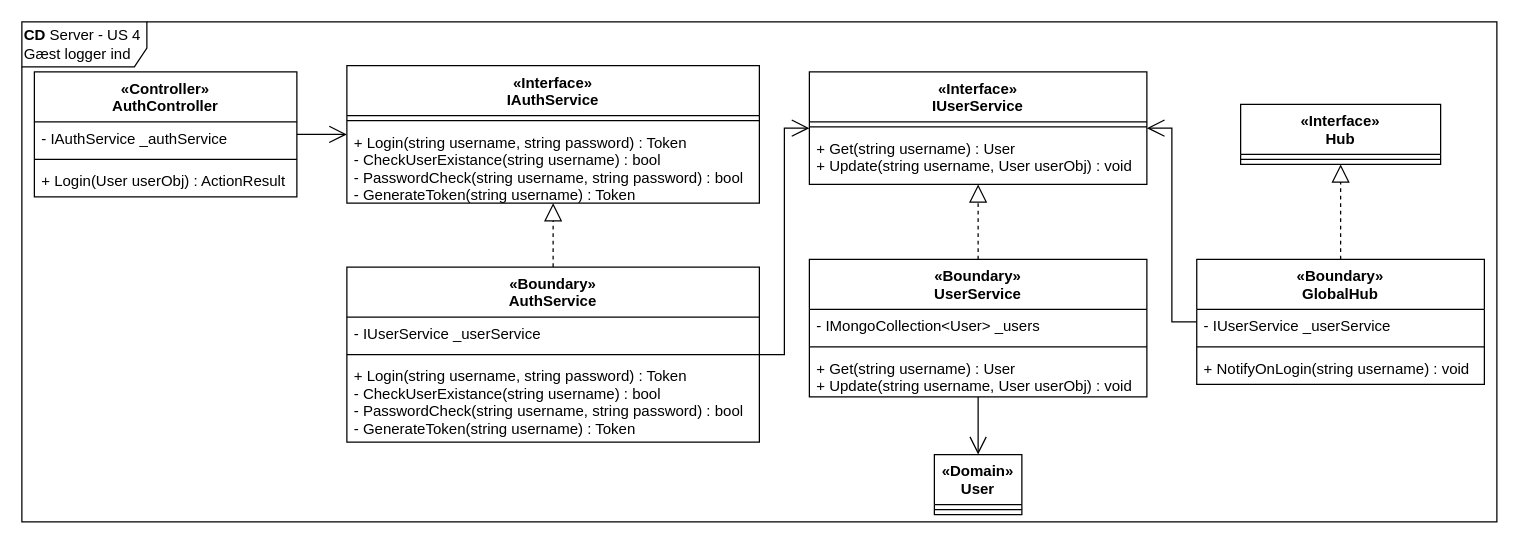
Above: page "CD-Server" (3 of 3) of diagrams/arkitektur/US4_login.drawio in Macradon/I7BAC-PlugNPlay (draw.io), before the change. Source tidied: cells renumbered, new cells numbered last; positions are measured from the earlier drawing's top-left corner, leaving out a move shared by most shapes. Both pictures are drawn from the tidied source at 125%, with x=0, y=0 at pixel (21, 21).
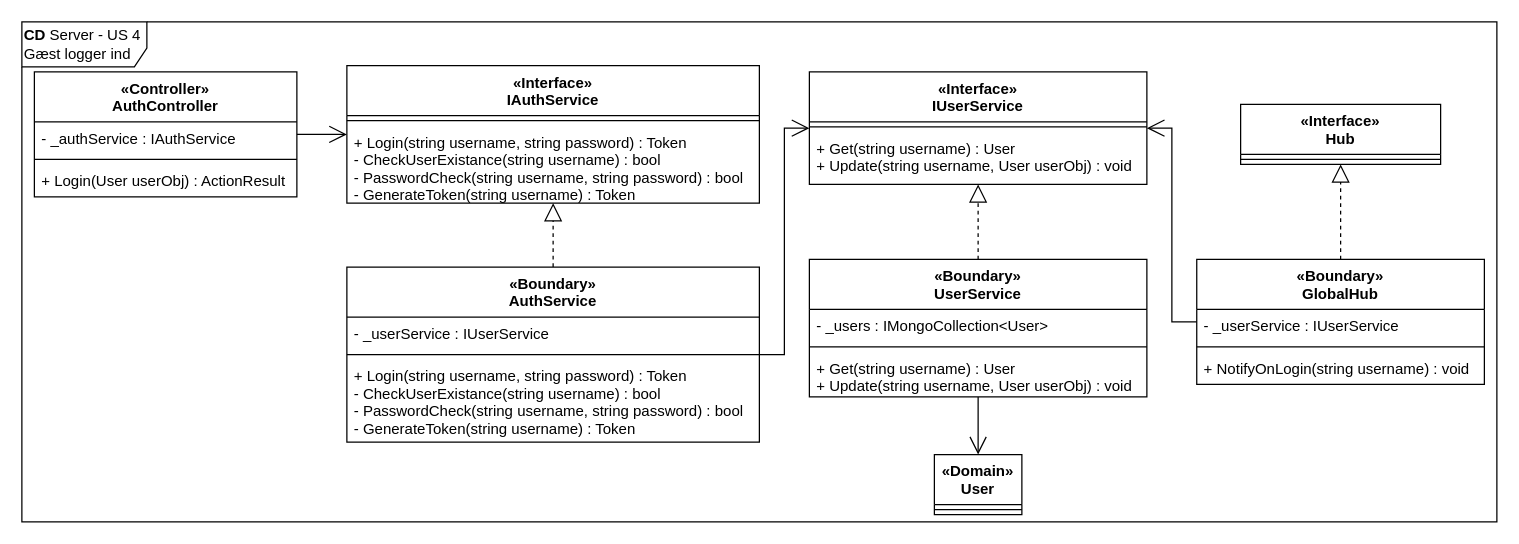
Above is the later version.

Unchanged cells that the change refers to:
```xml
<mxCell id="4" value="«Controller»&#10;AuthController" style="swimlane;fontStyle=1;align=center;verticalAlign=top;horizontal=1;startSize=40;" parent="1" vertex="1">
  <mxGeometry x="10" y="40" width="210" height="100" as="geometry" />
</mxCell>
<mxCell id="10" value="«Boundary»&#10;AuthService" style="swimlane;fontStyle=1;align=center;verticalAlign=top;horizontal=1;startSize=40;" parent="1" vertex="1">
  <mxGeometry x="260" y="196.1" width="330" height="140" as="geometry" />
</mxCell>
<mxCell id="16" value="«Boundary»&#10;GlobalHub" style="swimlane;fontStyle=1;align=center;verticalAlign=top;horizontal=1;startSize=40;" parent="1" vertex="1">
  <mxGeometry x="939.9" y="190" width="230.1" height="100" as="geometry" />
</mxCell>
<mxCell id="27" value="«Boundary»&#10;UserService" style="swimlane;fontStyle=1;align=center;verticalAlign=top;horizontal=1;startSize=40;" parent="1" vertex="1">
  <mxGeometry x="630" y="190" width="270" height="110" as="geometry" />
</mxCell>
```

What changed in the source:
```diff
@@
-    <mxCell id="5" value="- IAuthService _authService" style="text;strokeColor=none;fillColor=none;align=left;verticalAlign=top;spacingLeft=4;spacingRight=4;overflow=hidden;" parent="4" vertex="1">
+    <mxCell id="5" value="- _authService : IAuthService" style="text;strokeColor=none;fillColor=none;align=left;verticalAlign=top;spacingLeft=4;spacingRight=4;overflow=hidden;" parent="4" vertex="1">
       <mxGeometry y="40" width="210" height="26" as="geometry" />
     </mxCell>
@@
-    <mxCell id="11" value="- IUserService _userService" style="text;strokeColor=none;fillColor=none;align=left;verticalAlign=top;spacingLeft=4;spacingRight=4;overflow=hidden;" parent="10" vertex="1">
+    <mxCell id="11" value="- _userService : IUserService" style="text;strokeColor=none;fillColor=none;align=left;verticalAlign=top;spacingLeft=4;spacingRight=4;overflow=hidden;" parent="10" vertex="1">
       <mxGeometry y="40" width="330" height="26" as="geometry" />
     </mxCell>
@@
-    <mxCell id="17" value="- IUserService _userService" style="text;strokeColor=none;fillColor=none;align=left;verticalAlign=top;spacingLeft=4;spacingRight=4;overflow=hidden;" parent="16" vertex="1">
+    <mxCell id="17" value="- _userService : IUserService" style="text;strokeColor=none;fillColor=none;align=left;verticalAlign=top;spacingLeft=4;spacingRight=4;overflow=hidden;" parent="16" vertex="1">
       <mxGeometry y="40" width="230.1" height="26" as="geometry" />
     </mxCell>
@@
-    <mxCell id="28" value="- IMongoCollection&lt;User&gt; _users" style="text;strokeColor=none;fillColor=none;align=left;verticalAlign=top;spacingLeft=4;spacingRight=4;overflow=hidden;" parent="27" vertex="1">
+    <mxCell id="28" value="- _users : IMongoCollection&lt;User&gt;" style="text;strokeColor=none;fillColor=none;align=left;verticalAlign=top;spacingLeft=4;spacingRight=4;overflow=hidden;" parent="27" vertex="1">
       <mxGeometry y="40" width="270" height="26" as="geometry" />
     </mxCell>
```
